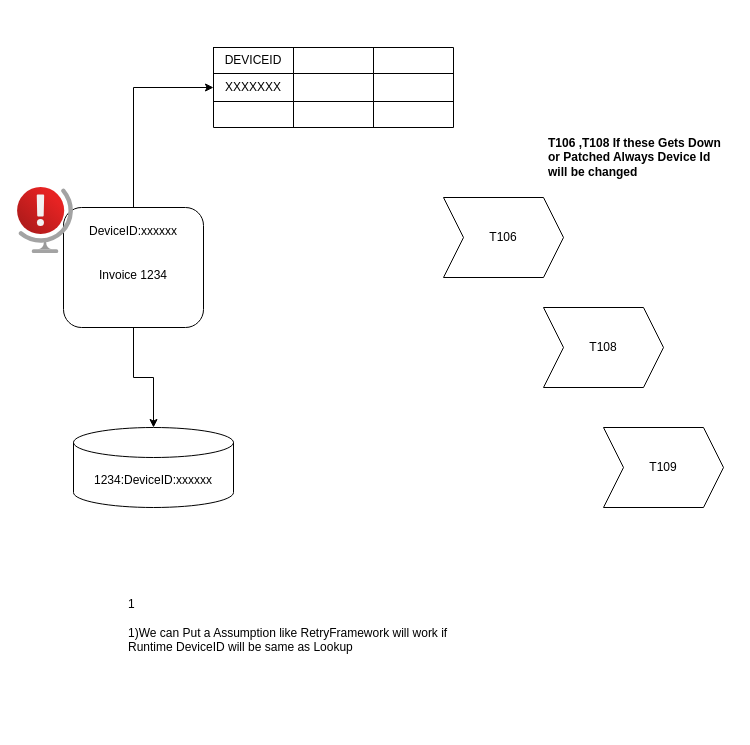
The draw.io diagram BUG.drawio in anantwag19/Workspace, before the edit. Source tidied: cells renumbered, new cells numbered last; positions are measured from the earlier drawing's top-left corner, leaving out a move shared by most shapes. Both pictures are drawn from the tidied source at 100%, with x=0, y=0 at pixel (17, 47).
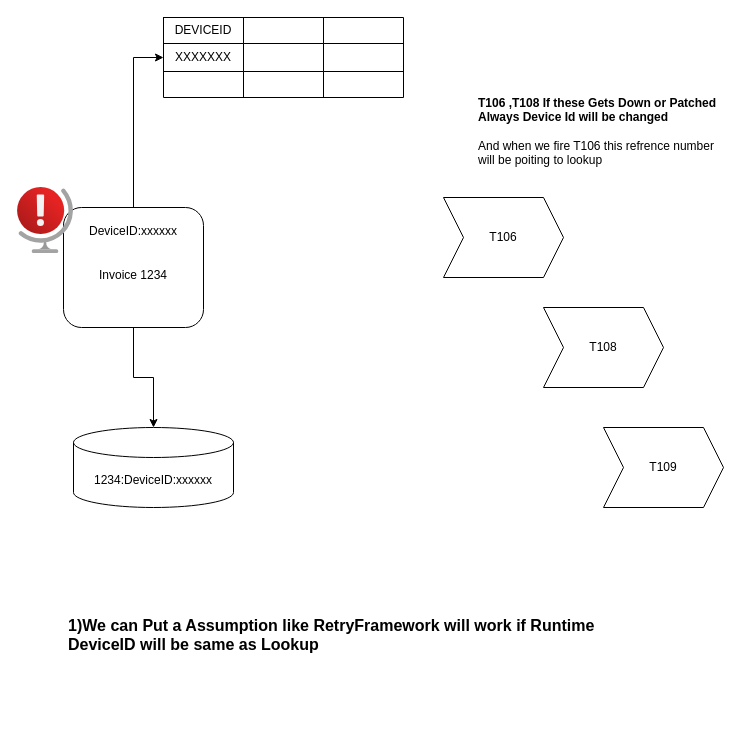
The same diagram, later.

Change to the diagram source:
```diff
@@
     <mxCell id="9" style="shape=table;html=1;whiteSpace=wrap;startSize=0;childLayout=tableLayout;" parent="1" vertex="1">
-      <mxGeometry x="196" width="240" height="80" as="geometry" />
+      <mxGeometry x="146" y="-30" width="240" height="80" as="geometry" />
     </mxCell>
@@
-    <mxCell id="22" value="&lt;div&gt;&lt;b&gt;&lt;br&gt;&lt;/b&gt;&lt;/div&gt;&lt;div&gt;&lt;b&gt;&lt;br&gt;&lt;/b&gt;&lt;/div&gt;&lt;div&gt;&lt;b&gt;T106 ,T108 If these Gets Down or Patched Always Device Id will be changed&amp;nbsp; &lt;/b&gt;&lt;/div&gt;" style="text;html=1;strokeColor=none;fillColor=none;spacing=5;spacingTop=-20;whiteSpace=wrap;overflow=hidden;rounded=0;" parent="1" vertex="1">
-      <mxGeometry x="526" y="70" width="190" height="80" as="geometry" />
+    <mxCell id="22" value="&lt;div&gt;&lt;b&gt;&lt;br&gt;&lt;/b&gt;&lt;/div&gt;&lt;div&gt;&lt;b&gt;&lt;br&gt;&lt;/b&gt;&lt;/div&gt;&lt;div&gt;&lt;b&gt;T106 ,T108 If these Gets Down or Patched Always Device Id will be changed&amp;nbsp; &lt;/b&gt;&lt;/div&gt;&lt;div&gt;&lt;br&gt;&lt;/div&gt;&lt;div&gt;And when we fire T106 this refrence number will be poiting to lookup&lt;br&gt;&lt;/div&gt;" style="text;html=1;strokeColor=none;fillColor=none;spacing=5;spacingTop=-20;whiteSpace=wrap;overflow=hidden;rounded=0;" parent="1" vertex="1">
+      <mxGeometry x="456" y="30" width="250" height="100" as="geometry" />
     </mxCell>
@@
-    <mxCell id="24" value="&lt;div&gt;1&lt;/div&gt;&lt;div&gt;&lt;br&gt;&lt;/div&gt;&lt;div&gt;1)We can Put a Assumption like RetryFramework will work if Runtime DeviceID will be same as Lookup&lt;br&gt;&lt;/div&gt;" style="text;html=1;strokeColor=none;fillColor=none;spacing=5;spacingTop=-20;whiteSpace=wrap;overflow=hidden;rounded=0;" parent="1" vertex="1">
-      <mxGeometry x="106" y="560" width="370" height="120" as="geometry" />
-    </mxCell>
+    <mxCell id="25" value="&lt;div&gt;&lt;font style=&quot;font-size: 24px&quot;&gt;&lt;b&gt;&lt;br&gt;&lt;/b&gt;&lt;/font&gt;&lt;/div&gt;&lt;font size=&quot;3&quot;&gt;&lt;b&gt;1)We can Put a Assumption like RetryFramework will work if Runtime DeviceID will be same as Lookup&lt;/b&gt;&lt;/font&gt;" style="text;html=1;strokeColor=none;fillColor=none;spacing=5;spacingTop=-20;whiteSpace=wrap;overflow=hidden;rounded=0;" parent="1" vertex="1">
+      <mxGeometry x="46" y="550" width="600" height="120" as="geometry" />
+    </mxCell>
```
